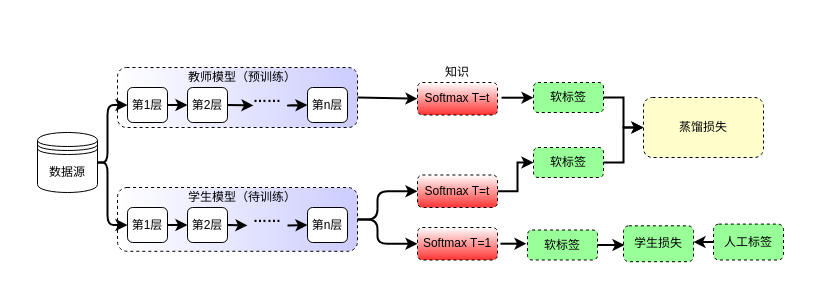
Noeverer/Mindmap keeps this draw.io diagram as KD-feature.drawio. Above is the earlier version. Source tidied: cells renumbered, new cells numbered last; positions are measured from the earlier drawing's top-left corner, leaving out a move shared by most shapes. Both pictures are drawn from the tidied source at 100%, with x=0, y=0 at pixel (17, 17).
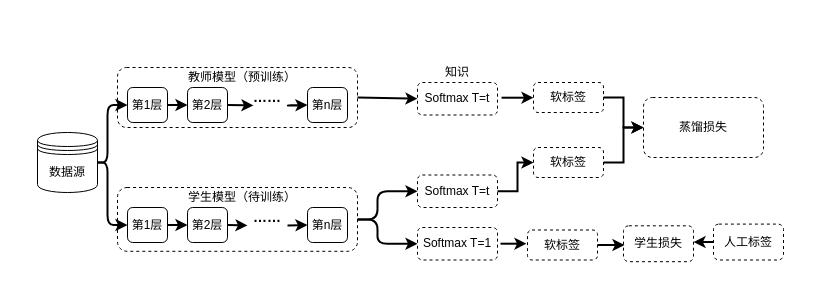
After the change.

Unchanged cells that the change refers to:
```xml
<mxCell id="2" style="swimlane;html=1;startSize=20;horizontal=1;containerType=tree;glass=0;swimlaneFillColor=none;dashed=1;fillColor=none;strokeColor=none;" parent="1" vertex="1">
  <mxGeometry width="780" height="270" as="geometry" />
</mxCell>
```

Change to the diagram source:
```diff
@@
-    <mxCell id="3" style="rounded=1;whiteSpace=wrap;html=1;gradientColor=#CCCCFF;gradientDirection=east;dashed=1;" parent="2" vertex="1">
+    <mxCell id="3" style="rounded=1;whiteSpace=wrap;html=1;gradientColor=#CCCCFF;gradientDirection=east;dashed=1;fillColor=none;" parent="2" vertex="1">
       <mxGeometry x="100" y="170" width="240" height="63.8" as="geometry" />
     </mxCell>
-    <mxCell id="4" style="rounded=1;whiteSpace=wrap;html=1;gradientColor=#CCCCFF;gradientDirection=east;dashed=1;" parent="2" vertex="1">
+    <mxCell id="4" style="rounded=1;whiteSpace=wrap;html=1;gradientColor=#CCCCFF;gradientDirection=east;dashed=1;fillColor=none;" parent="2" vertex="1">
       <mxGeometry x="100" y="50" width="240" height="60" as="geometry" />
     </mxCell>
@@
-    <mxCell id="22" value="Softmax T=t" style="rounded=1;whiteSpace=wrap;html=1;dashed=1;gradientColor=#FF3333;" parent="2" vertex="1">
+    <mxCell id="22" value="Softmax T=t" style="rounded=1;whiteSpace=wrap;html=1;dashed=1;gradientColor=#FF3333;fillColor=none;" parent="2" vertex="1">
       <mxGeometry x="400" y="65" width="80" height="32.5" as="geometry" />
     </mxCell>
@@
-    <mxCell id="25" value="Softmax T=t" style="rounded=1;whiteSpace=wrap;html=1;dashed=1;gradientColor=#FF3333;" parent="2" vertex="1">
+    <mxCell id="25" value="Softmax T=t" style="rounded=1;whiteSpace=wrap;html=1;dashed=1;gradientColor=#FF3333;fillColor=none;" parent="2" vertex="1">
       <mxGeometry x="400" y="157.5" width="80" height="32.5" as="geometry" />
     </mxCell>
-    <mxCell id="26" value="Softmax T=1" style="rounded=1;whiteSpace=wrap;html=1;dashed=1;gradientColor=#FF3333;" parent="2" vertex="1">
+    <mxCell id="26" value="Softmax T=1" style="rounded=1;whiteSpace=wrap;html=1;dashed=1;gradientColor=#FF3333;fillColor=none;" parent="2" vertex="1">
       <mxGeometry x="400" y="210" width="80" height="32.5" as="geometry" />
     </mxCell>
@@
-    <mxCell id="31" value="软标签" style="rounded=1;whiteSpace=wrap;html=1;dashed=1;gradientDirection=south;fillColor=#99FF99;" parent="2" vertex="1">
+    <mxCell id="31" value="软标签" style="rounded=1;whiteSpace=wrap;html=1;dashed=1;gradientDirection=south;fillColor=none;" parent="2" vertex="1">
       <mxGeometry x="516" y="65" width="70" height="30" as="geometry" />
     </mxCell>
-    <mxCell id="32" value="软标签" style="rounded=1;whiteSpace=wrap;html=1;dashed=1;gradientDirection=south;fillColor=#99FF99;" parent="2" vertex="1">
+    <mxCell id="32" value="软标签" style="rounded=1;whiteSpace=wrap;html=1;dashed=1;gradientDirection=south;fillColor=none;" parent="2" vertex="1">
       <mxGeometry x="516" y="130" width="70" height="30" as="geometry" />
     </mxCell>
-    <mxCell id="33" value="软标签" style="rounded=1;whiteSpace=wrap;html=1;dashed=1;gradientDirection=south;fillColor=#99FF99;" parent="2" vertex="1">
+    <mxCell id="33" value="软标签" style="rounded=1;whiteSpace=wrap;html=1;dashed=1;gradientDirection=south;fillColor=none;" parent="2" vertex="1">
       <mxGeometry x="510" y="212.5" width="70" height="30" as="geometry" />
     </mxCell>
-    <mxCell id="34" value="学生损失" style="rounded=1;whiteSpace=wrap;html=1;dashed=1;fillColor=#99FF99;gradientColor=none;" parent="2" vertex="1">
+    <mxCell id="34" value="学生损失" style="rounded=1;whiteSpace=wrap;html=1;dashed=1;gradientColor=none;fillColor=none;" parent="2" vertex="1">
       <mxGeometry x="606" y="208.3" width="70" height="35.9" as="geometry" />
     </mxCell>
@@
-    <mxCell id="36" value="人工标签" style="rounded=1;whiteSpace=wrap;html=1;dashed=1;fillColor=#99FF99;gradientColor=none;" parent="2" vertex="1">
+    <mxCell id="36" value="人工标签" style="rounded=1;whiteSpace=wrap;html=1;dashed=1;gradientColor=none;fillColor=none;" parent="2" vertex="1">
       <mxGeometry x="696" y="206.6" width="70" height="35.9" as="geometry" />
     </mxCell>
-    <mxCell id="37" value="蒸馏损失" style="rounded=1;whiteSpace=wrap;html=1;dashed=1;gradientColor=none;fillColor=#FFFFCC;" parent="2" vertex="1">
+    <mxCell id="37" value="蒸馏损失" style="rounded=1;whiteSpace=wrap;html=1;dashed=1;gradientColor=none;fillColor=none;" parent="2" vertex="1">
       <mxGeometry x="626" y="80" width="120" height="60" as="geometry" />
     </mxCell>
```
